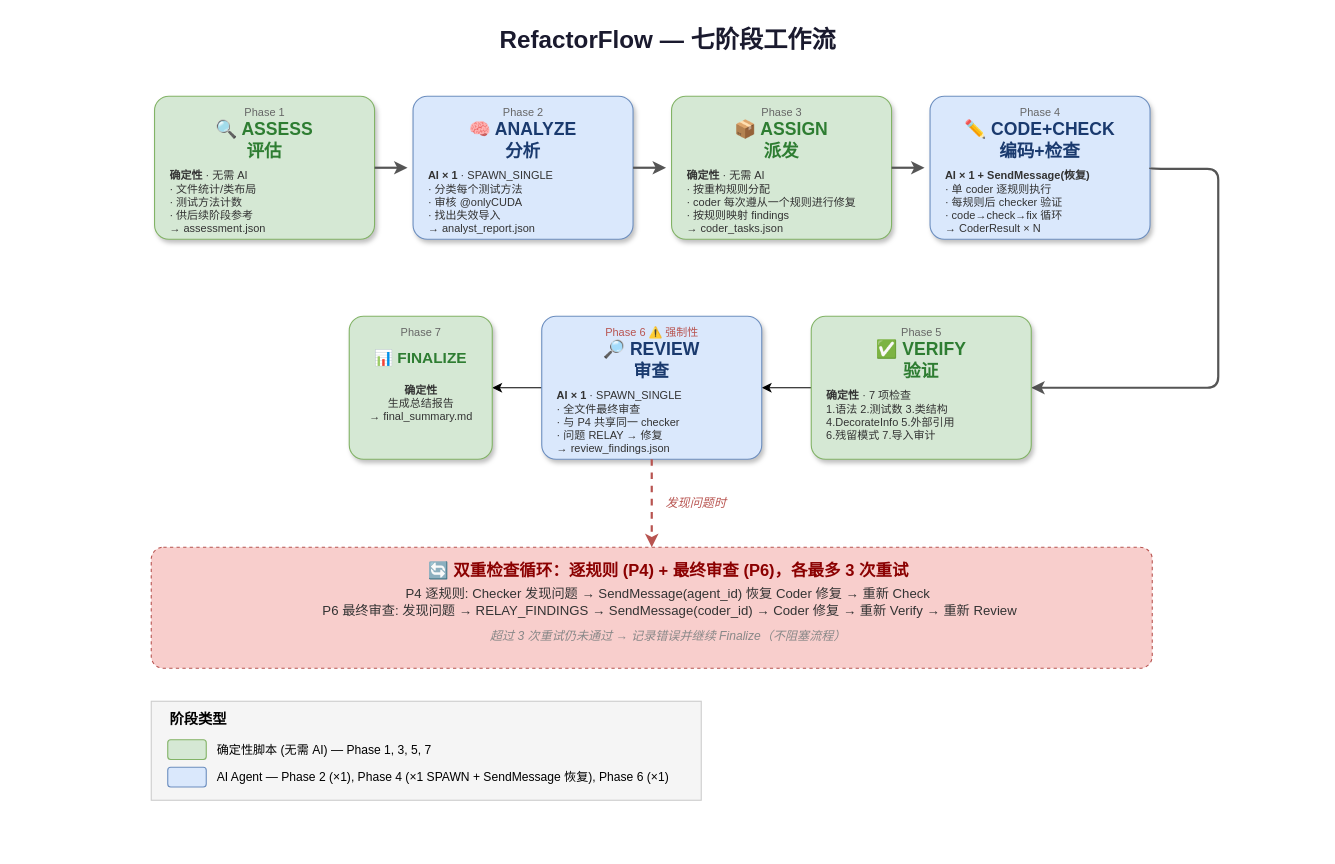
Earlier version of the draw.io diagram pytorch-test-refactoring/.assets/diagrams/workflow.drawio (KarhouTam/agent-skills). Source tidied: cells renumbered, new cells numbered last; positions are measured from the earlier drawing's top-left corner, leaving out a move shared by most shapes. Both pictures are drawn from the tidied source at 110%, with x=0, y=0 at pixel (19, 19).
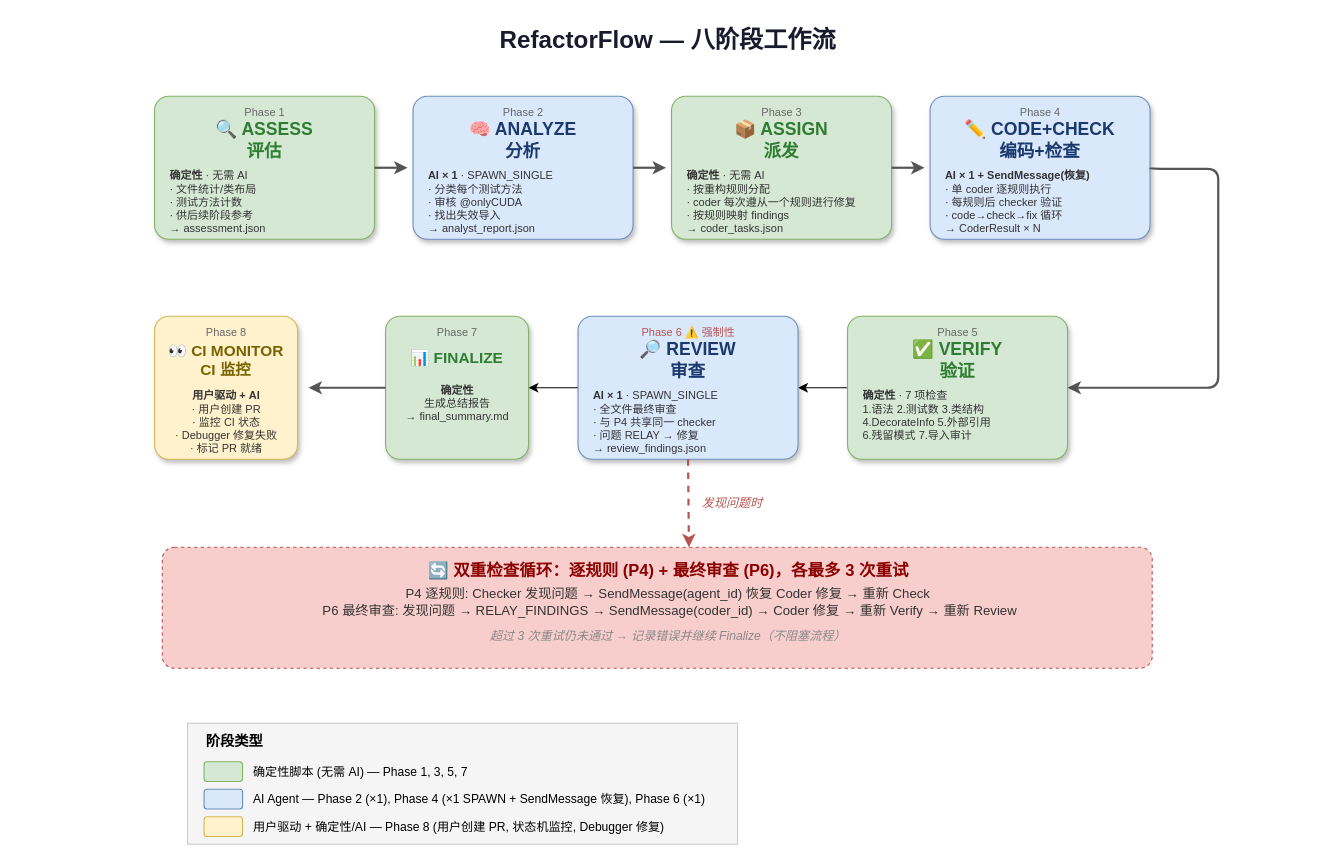
The same diagram, later.

Change to the diagram source:
```diff
@@
-    <mxCell id="2" value="RefactorFlow — 七阶段工作流" style="text;html=1;strokeColor=none;fillColor=none;align=center;verticalAlign=middle;whiteSpace=wrap;fontSize=22;fontStyle=1;fontColor=#1a1a2e;" parent="1" vertex="1">
+    <mxCell id="2" value="RefactorFlow — 八阶段工作流" style="text;html=1;strokeColor=none;fillColor=none;align=center;verticalAlign=middle;whiteSpace=wrap;fontSize=22;fontStyle=1;fontColor=#1a1a2e;" parent="1" vertex="1">
       <mxGeometry x="240" width="700" height="40" as="geometry" />
     </mxCell>
@@
     <mxCell id="24" style="rounded=1;whiteSpace=wrap;html=1;fillColor=#d5e8d4;strokeColor=#82b366;arcSize=10;shadow=1;" parent="1" vertex="1">
-      <mxGeometry x="720" y="270" width="200" height="130" as="geometry" />
+      <mxGeometry x="753" y="270" width="200" height="130" as="geometry" />
     </mxCell>
     <mxCell id="25" value="Phase 5" style="text;html=1;strokeColor=none;fillColor=none;align=center;verticalAlign=middle;fontSize=10;fontColor=#666;" parent="1" vertex="1">
-      <mxGeometry x="720" y="275" width="200" height="18" as="geometry" />
+      <mxGeometry x="753" y="275" width="200" height="18" as="geometry" />
     </mxCell>
     <mxCell id="26" value="✅ VERIFY&lt;br&gt;验证" style="text;html=1;strokeColor=none;fillColor=none;align=center;verticalAlign=middle;whiteSpace=wrap;fontSize=16;fontStyle=1;fontColor=#2e7d32;" parent="1" vertex="1">
-      <mxGeometry x="725" y="292" width="190" height="35" as="geometry" />
+      <mxGeometry x="758" y="292" width="190" height="35" as="geometry" />
     </mxCell>
     <mxCell id="27" value="&lt;b&gt;确定性&lt;/b&gt; · 7 项检查&lt;br&gt;1.语法 2.测试数 3.类结构&lt;br&gt;4.DecorateInfo 5.外部引用&lt;br&gt;6.残留模式 7.导入审计" style="text;html=1;strokeColor=none;fillColor=none;align=left;verticalAlign=top;whiteSpace=wrap;fontSize=10;fontColor=#333;" parent="1" vertex="1">
-      <mxGeometry x="732" y="330" width="180" height="62" as="geometry" />
+      <mxGeometry x="765" y="330" width="180" height="62" as="geometry" />
     </mxCell>
@@
     <mxCell id="29" style="rounded=1;whiteSpace=wrap;html=1;fillColor=#dae8fc;strokeColor=#6c8ebf;arcSize=10;shadow=1;" parent="1" vertex="1">
-      <mxGeometry x="475" y="270" width="200" height="130" as="geometry" />
+      <mxGeometry x="508" y="270" width="200" height="130" as="geometry" />
     </mxCell>
     <mxCell id="30" value="Phase 6 ⚠️ 强制性" style="text;html=1;strokeColor=none;fillColor=none;align=center;verticalAlign=middle;fontSize=10;fontColor=#b85450;" parent="1" vertex="1">
-      <mxGeometry x="475" y="275" width="200" height="18" as="geometry" />
+      <mxGeometry x="508" y="275" width="200" height="18" as="geometry" />
     </mxCell>
     <mxCell id="31" value="🔎 REVIEW&lt;br&gt;审查" style="text;html=1;strokeColor=none;fillColor=none;align=center;verticalAlign=middle;whiteSpace=wrap;fontSize=16;fontStyle=1;fontColor=#1a3a6e;" parent="1" vertex="1">
-      <mxGeometry x="480" y="292" width="190" height="35" as="geometry" />
+      <mxGeometry x="513" y="292" width="190" height="35" as="geometry" />
     </mxCell>
     <mxCell id="32" value="&lt;b&gt;AI × 1&lt;/b&gt; · SPAWN_SINGLE&lt;br&gt;· 全文件最终审查&lt;br&gt;· 与 P4 共享同一 checker&lt;br&gt;· 问题 RELAY → 修复&lt;br&gt;→ review_findings.json" style="text;html=1;strokeColor=none;fillColor=none;align=left;verticalAlign=top;whiteSpace=wrap;fontSize=10;fontColor=#333;" parent="1" vertex="1">
-      <mxGeometry x="487" y="330" width="180" height="62" as="geometry" />
+      <mxGeometry x="520" y="330" width="180" height="62" as="geometry" />
     </mxCell>
     <mxCell id="33" style="rounded=1;whiteSpace=wrap;html=1;fillColor=#d5e8d4;strokeColor=#82b366;arcSize=10;shadow=1;" parent="1" vertex="1">
-      <mxGeometry x="300" y="270" width="130" height="130" as="geometry" />
+      <mxGeometry x="333" y="270" width="130" height="130" as="geometry" />
     </mxCell>
     <mxCell id="34" value="Phase 7" style="text;html=1;strokeColor=none;fillColor=none;align=center;verticalAlign=middle;fontSize=10;fontColor=#666;" parent="1" vertex="1">
-      <mxGeometry x="300" y="275" width="130" height="18" as="geometry" />
+      <mxGeometry x="333" y="275" width="130" height="18" as="geometry" />
     </mxCell>
     <mxCell id="35" value="📊 FINALIZE" style="text;html=1;strokeColor=none;fillColor=none;align=center;verticalAlign=middle;whiteSpace=wrap;fontSize=14;fontStyle=1;fontColor=#2e7d32;" parent="1" vertex="1">
-      <mxGeometry x="305" y="295" width="120" height="25" as="geometry" />
+      <mxGeometry x="338" y="295" width="120" height="25" as="geometry" />
     </mxCell>
     <mxCell id="36" value="&lt;b&gt;确定性&lt;/b&gt;&lt;br&gt;生成总结报告&lt;br&gt;→ final_summary.md" style="text;html=1;strokeColor=none;fillColor=none;align=center;verticalAlign=top;whiteSpace=wrap;fontSize=10;fontColor=#333;" parent="1" vertex="1">
-      <mxGeometry x="308" y="325" width="115" height="65" as="geometry" />
+      <mxGeometry x="341" y="325" width="115" height="65" as="geometry" />
     </mxCell>
+    <mxCell id="49" style="endArrow=classic;html=1;strokeWidth=2;strokeColor=#555;" parent="1" edge="1">
+      <mxGeometry relative="1" as="geometry">
+        <mxPoint x="333" y="335" as="sourcePoint" />
+        <mxPoint x="263" y="335" as="targetPoint" />
+      </mxGeometry>
+    </mxCell>
+    <mxCell id="50" style="rounded=1;whiteSpace=wrap;html=1;fillColor=#fff2cc;strokeColor=#d6b656;arcSize=10;shadow=1;" parent="1" vertex="1">
+      <mxGeometry x="123" y="270" width="130" height="130" as="geometry" />
+    </mxCell>
+    <mxCell id="51" value="Phase 8" style="text;html=1;strokeColor=none;fillColor=none;align=center;verticalAlign=middle;fontSize=10;fontColor=#666;" parent="1" vertex="1">
+      <mxGeometry x="123" y="275" width="130" height="18" as="geometry" />
+    </mxCell>
+    <mxCell id="52" value="👀 CI MONITOR&lt;br&gt;CI 监控" style="text;html=1;strokeColor=none;fillColor=none;align=center;verticalAlign=middle;whiteSpace=wrap;fontSize=14;fontStyle=1;fontColor=#7a6200;" parent="1" vertex="1">
+      <mxGeometry x="128" y="295" width="120" height="30" as="geometry" />
+    </mxCell>
+    <mxCell id="53" value="&lt;b&gt;用户驱动 + AI&lt;/b&gt;&lt;br&gt;· 用户创建 PR&lt;br&gt;· 监控 CI 状态&lt;br&gt;· Debugger 修复失败&lt;br&gt;· 标记 PR 就绪" style="text;html=1;strokeColor=none;fillColor=none;align=center;verticalAlign=top;whiteSpace=wrap;fontSize=10;fontColor=#333;" parent="1" vertex="1">
+      <mxGeometry x="131" y="330" width="115" height="62" as="geometry" />
+    </mxCell>
     <mxCell id="37" style="rounded=1;whiteSpace=wrap;html=1;fillColor=#f8cecc;strokeColor=#b85450;arcSize=10;dashed=1;" parent="1" vertex="1">
-      <mxGeometry x="120" y="480" width="910" height="110" as="geometry" />
+      <mxGeometry x="130" y="480" width="900" height="110" as="geometry" />
     </mxCell>
@@
-    <mxCell id="41" style="endArrow=classic;html=1;strokeWidth=2;strokeColor=#b85450;dashed=1;entryX=0.5;entryY=0;entryDx=0;entryDy=0;exitX=0.5;exitY=1;exitDx=0;exitDy=0;" parent="1" edge="1" source="29" target="37">
+    <mxCell id="41" style="endArrow=classic;html=1;strokeWidth=2;strokeColor=#b85450;dashed=1;entryX=0.532;entryY=0;entryDx=0;entryDy=0;exitX=0.5;exitY=1;exitDx=0;exitDy=0;entryPerimeter=0;" parent="1" edge="1" source="29" target="37">
       <mxGeometry relative="1" as="geometry" />
     </mxCell>
     <mxCell id="42" value="发现问题时" style="text;html=1;strokeColor=none;fillColor=none;align=center;verticalAlign=middle;fontSize=11;fontColor=#b85450;fontStyle=2;" parent="1" vertex="1">
-      <mxGeometry x="580" y="430" width="70" height="20" as="geometry" />
+      <mxGeometry x="613" y="430" width="70" height="20" as="geometry" />
     </mxCell>
     <mxCell id="43" style="rounded=0;whiteSpace=wrap;html=1;fillColor=#f5f5f5;strokeColor=#ccc;" parent="1" vertex="1">
-      <mxGeometry x="120" y="620" width="500" height="90" as="geometry" />
+      <mxGeometry x="153" y="640" width="500" height="110" as="geometry" />
     </mxCell>
     <mxCell id="44" value="阶段类型" style="text;html=1;strokeColor=none;fillColor=none;align=left;verticalAlign=middle;fontSize=13;fontStyle=1;" parent="1" vertex="1">
-      <mxGeometry x="135" y="625" width="100" height="22" as="geometry" />
+      <mxGeometry x="168" y="645" width="100" height="22" as="geometry" />
     </mxCell>
     <mxCell id="45" style="rounded=1;whiteSpace=wrap;html=1;fillColor=#d5e8d4;strokeColor=#82b366;" parent="1" vertex="1">
-      <mxGeometry x="135" y="655" width="35" height="18" as="geometry" />
+      <mxGeometry x="168" y="675" width="35" height="18" as="geometry" />
     </mxCell>
     <mxCell id="46" value="确定性脚本 (无需 AI) — Phase 1, 3, 5, 7" style="text;html=1;strokeColor=none;fillColor=none;align=left;verticalAlign=middle;fontSize=11;" parent="1" vertex="1">
-      <mxGeometry x="178" y="653" width="270" height="22" as="geometry" />
+      <mxGeometry x="211" y="673" width="270" height="22" as="geometry" />
     </mxCell>
     <mxCell id="47" style="rounded=1;whiteSpace=wrap;html=1;fillColor=#dae8fc;strokeColor=#6c8ebf;" parent="1" vertex="1">
-      <mxGeometry x="135" y="680" width="35" height="18" as="geometry" />
+      <mxGeometry x="168" y="700" width="35" height="18" as="geometry" />
     </mxCell>
     <mxCell id="48" value="AI Agent — Phase 2 (×1), Phase 4 (×1 SPAWN + SendMessage 恢复), Phase 6 (×1)" style="text;html=1;strokeColor=none;fillColor=none;align=left;verticalAlign=middle;fontSize=11;" parent="1" vertex="1">
-      <mxGeometry x="178" y="678" width="320" height="22" as="geometry" />
+      <mxGeometry x="211" y="698" width="320" height="22" as="geometry" />
     </mxCell>
+    <mxCell id="54" style="rounded=1;whiteSpace=wrap;html=1;fillColor=#fff2cc;strokeColor=#d6b656;" parent="1" vertex="1">
+      <mxGeometry x="168" y="725" width="35" height="18" as="geometry" />
+    </mxCell>
+    <mxCell id="55" value="用户驱动 + 确定性/AI — Phase 8 (用户创建 PR, 状态机监控, Debugger 修复)" style="text;html=1;strokeColor=none;fillColor=none;align=left;verticalAlign=middle;fontSize=11;" parent="1" vertex="1">
+      <mxGeometry x="211" y="723" width="420" height="22" as="geometry" />
+    </mxCell>
```
